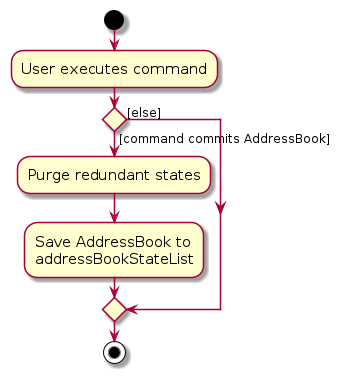
Before: diagrams/CommitActivityDiagram.png, a diagram exported from PlantUML (AY2627S1-CS2103T-W12-3/tp). Its source is kept beside it as diagrams/CommitActivityDiagram.puml. Source of this version:
```plantuml
@startuml
skin rose
skinparam ActivityFontSize 15
skinparam ArrowFontSize 12
start
:User executes command;


if () then ([command commits AddressBook])
    :Purge redundant states;
    :Save AddressBook to
    addressBookStateList;
else ([else])
endif
stop
@enduml
```
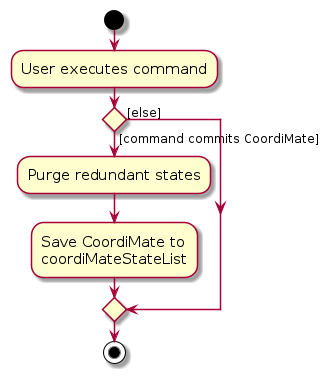
After the commit.

What changed in the source:
```diff
@@ -6,10 +6,10 @@
 :User executes command;
 
 
-if () then ([command commits AddressBook])
+if () then ([command commits CoordiMate])
     :Purge redundant states;
-    :Save AddressBook to
-    addressBookStateList;
+    :Save CoordiMate to
+    coordiMateStateList;
 else ([else])
 endif
 stop
```
